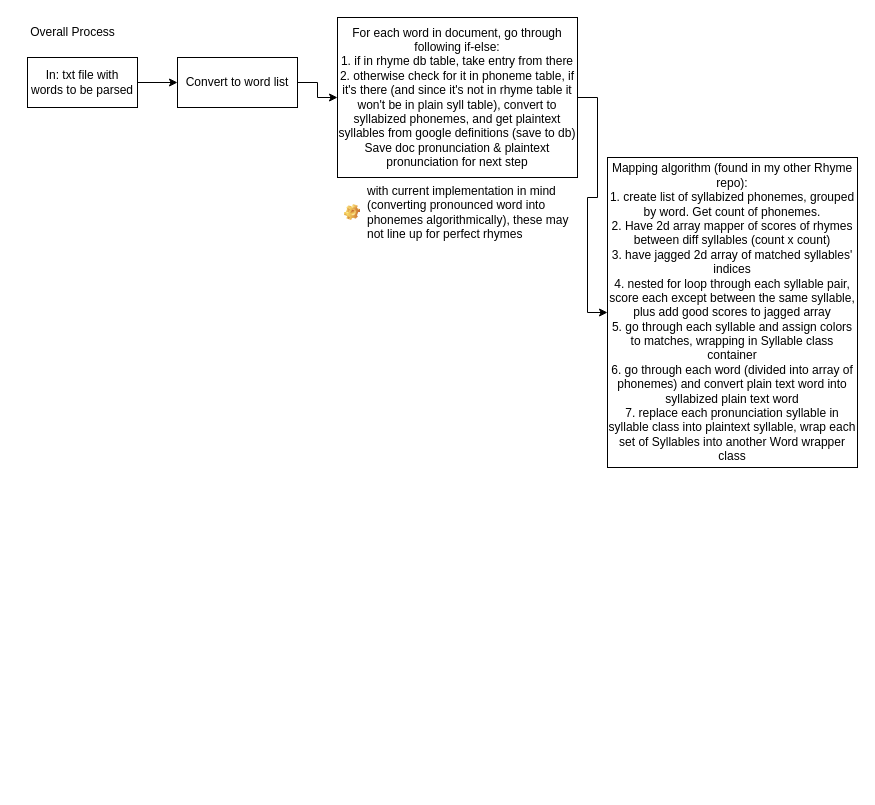
Before: rhymeo.drawio in Joshua-Lester3/rhymeo, a draw.io diagram. Source tidied: cells renumbered, new cells numbered last; positions are measured from the earlier drawing's top-left corner, leaving out a move shared by most shapes. Both pictures are drawn from the tidied source at 100%, with x=0, y=0 at pixel (17, 17).
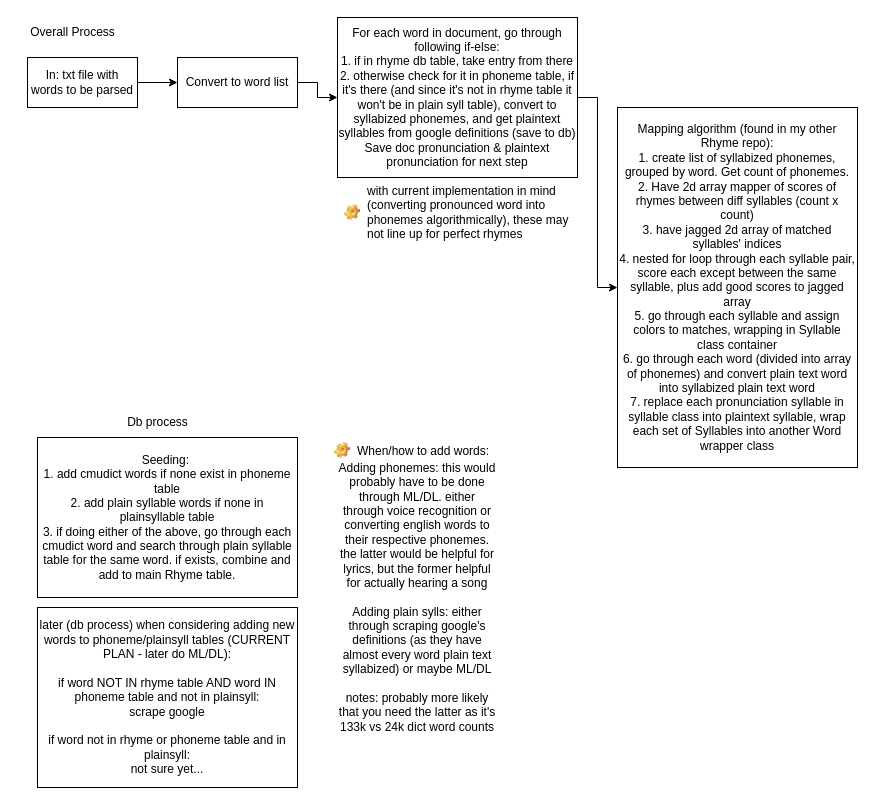
The same page after the edit.

The edit, as a diff of the source:
```diff
@@
 <mxGraphModel>
   <root>
     <mxCell id="0" />
     <mxCell id="1" parent="0" />
     <mxCell id="2" style="edgeStyle=orthogonalEdgeStyle;rounded=0;jettySize=auto;html=1;" parent="1" edge="1" source="3" target="5">
       <mxGeometry relative="1" as="geometry" />
     </mxCell>
     <mxCell id="3" value="In: txt file with words to be parsed" style="html=1;whiteSpace=wrap;" parent="1" vertex="1">
       <mxGeometry x="10" y="40" width="110" height="50" as="geometry" />
     </mxCell>
     <mxCell id="4" style="edgeStyle=orthogonalEdgeStyle;rounded=0;jettySize=auto;html=1;" parent="1" edge="1" source="5" target="7">
       <mxGeometry relative="1" as="geometry" />
     </mxCell>
     <mxCell id="5" value="Convert to word list" style="html=1;whiteSpace=wrap;" parent="1" vertex="1">
       <mxGeometry x="160" y="40" width="120" height="50" as="geometry" />
     </mxCell>
     <mxCell id="6" style="edgeStyle=orthogonalEdgeStyle;rounded=0;jettySize=auto;html=1;" parent="1" edge="1" source="7" target="8">
       <mxGeometry relative="1" as="geometry" />
     </mxCell>
     <mxCell id="7" value="For each word in document, go through following if-else:&lt;div&gt;1. if in rhyme db table, take entry from there&lt;/div&gt;&lt;div&gt;2. otherwise check for it in phoneme table, if it's there (and since it's not in rhyme table it won't be in plain syll table), convert to syllabized phonemes, and get plaintext syllables from google definitions (save to db)&lt;/div&gt;&lt;div&gt;Save doc pronunciation &amp;amp; plaintext pronunciation for next step&lt;/div&gt;" style="html=1;whiteSpace=wrap;" parent="1" vertex="1">
       <mxGeometry x="320" width="240" height="160" as="geometry" />
     </mxCell>
     <mxCell id="8" value="Mapping algorithm (found in my other Rhyme repo):&lt;div&gt;1. create list of syllabized phonemes, grouped by word. Get count of phonemes.&lt;/div&gt;&lt;div&gt;2. Have 2d array mapper of scores of rhymes between diff syllables (count x count)&lt;/div&gt;&lt;div&gt;3. have jagged 2d array of matched syllables' indices&lt;/div&gt;&lt;div&gt;4. nested for loop through each syllable pair, score each except between the same syllable, plus add good scores to jagged array&lt;/div&gt;&lt;div&gt;5. go through each syllable and assign colors to matches, wrapping in Syllable class container&lt;/div&gt;&lt;div&gt;6. go through each word (divided into array of phonemes) and convert plain text word into syllabized plain text word&lt;/div&gt;&lt;div&gt;7. replace each pronunciation syllable in syllable class into plaintext syllable, wrap each set of Syllables into another Word wrapper class&lt;/div&gt;" style="html=1;whiteSpace=wrap;" parent="1" vertex="1">
-      <mxGeometry x="590" y="140" width="250" height="310" as="geometry" />
+      <mxGeometry x="600" y="90" width="240" height="360" as="geometry" />
     </mxCell>
     <mxCell id="9" value="with current implementation in mind (converting pronounced word into phonemes algorithmically), these may not line up for perfect rhymes" style="label;fontStyle=0;strokeColor=none;fillColor=none;align=left;verticalAlign=top;overflow=hidden;spacingLeft=28;spacingRight=4;imageWidth=16;imageHeight=16;whiteSpace=wrap;html=1;image=img/clipart/Gear_128x128.png;" parent="1" vertex="1">
       <mxGeometry x="320" y="160" width="237.5" height="70" as="geometry" />
     </mxCell>
     <mxCell id="10" value="Overall Process" style="text;html=1;align=center;verticalAlign=middle;strokeColor=none;fillColor=none;" parent="1" vertex="1">
       <mxGeometry width="110" height="30" as="geometry" />
     </mxCell>
+    <mxCell id="11" value="Seeding:&amp;nbsp;&lt;div&gt;1. add cmudict words if none exist in phoneme table&lt;/div&gt;&lt;div&gt;2. add plain syllable words if none in plainsyllable table&lt;/div&gt;&lt;div&gt;3. if doing either of the above, go through each cmudict word and search through plain syllable table for the same word. if exists, combine and add to main Rhyme table.&lt;/div&gt;" style="html=1;whiteSpace=wrap;" parent="1" vertex="1">
+      <mxGeometry x="20" y="420" width="260" height="160" as="geometry" />
+    </mxCell>
+    <mxCell id="12" value="Db process" style="text;html=1;align=center;verticalAlign=middle;strokeColor=none;fillColor=none;" parent="1" vertex="1">
+      <mxGeometry x="100" y="390" width="80" height="30" as="geometry" />
+    </mxCell>
+    <mxCell id="13" value="later (db process) when considering adding new words to phoneme/plainsyll tables (CURRENT PLAN - later do ML/DL):&lt;div&gt;&lt;br&gt;&lt;div&gt;if word NOT IN rhyme table AND word IN phoneme table and not in plainsyll:&lt;/div&gt;&lt;div&gt;scrape google&lt;/div&gt;&lt;div&gt;&lt;br&gt;&lt;/div&gt;&lt;div&gt;if word not in rhyme or phoneme table and in plainsyll:&lt;/div&gt;&lt;div&gt;not sure yet...&lt;/div&gt;&lt;/div&gt;" style="html=1;whiteSpace=wrap;" parent="1" vertex="1">
+      <mxGeometry x="20" y="590" width="260" height="180" as="geometry" />
+    </mxCell>
+    <mxCell id="14" value="When/how to add words:" style="label;fontStyle=0;strokeColor=none;fillColor=none;align=left;verticalAlign=top;overflow=hidden;spacingLeft=28;spacingRight=4;imageWidth=16;imageHeight=16;whiteSpace=wrap;html=1;image=img/clipart/Gear_128x128.png;" parent="1" vertex="1">
+      <mxGeometry x="310" y="420" width="180" height="26" as="geometry" />
+    </mxCell>
+    <mxCell id="15" value="Adding phonemes: this would probably have to be done through ML/DL. either through voice recognition or converting english words to their respective phonemes. the latter would be helpful for lyrics, but the former helpful for actually hearing a song&lt;div&gt;&lt;br&gt;&lt;/div&gt;&lt;div&gt;Adding plain sylls: either through scraping google's definitions (as they have almost every word plain text syllabized) or maybe ML/DL&lt;/div&gt;&lt;div&gt;&lt;br&gt;&lt;/div&gt;&lt;div&gt;notes: probably more likely that you need the latter as it's 133k vs 24k dict word counts&lt;/div&gt;" style="text;html=1;align=center;verticalAlign=middle;whiteSpace=wrap;rounded=0;" parent="1" vertex="1">
+      <mxGeometry x="320" y="450" width="160" height="260" as="geometry" />
+    </mxCell>
   </root>
 </mxGraphModel>
```
